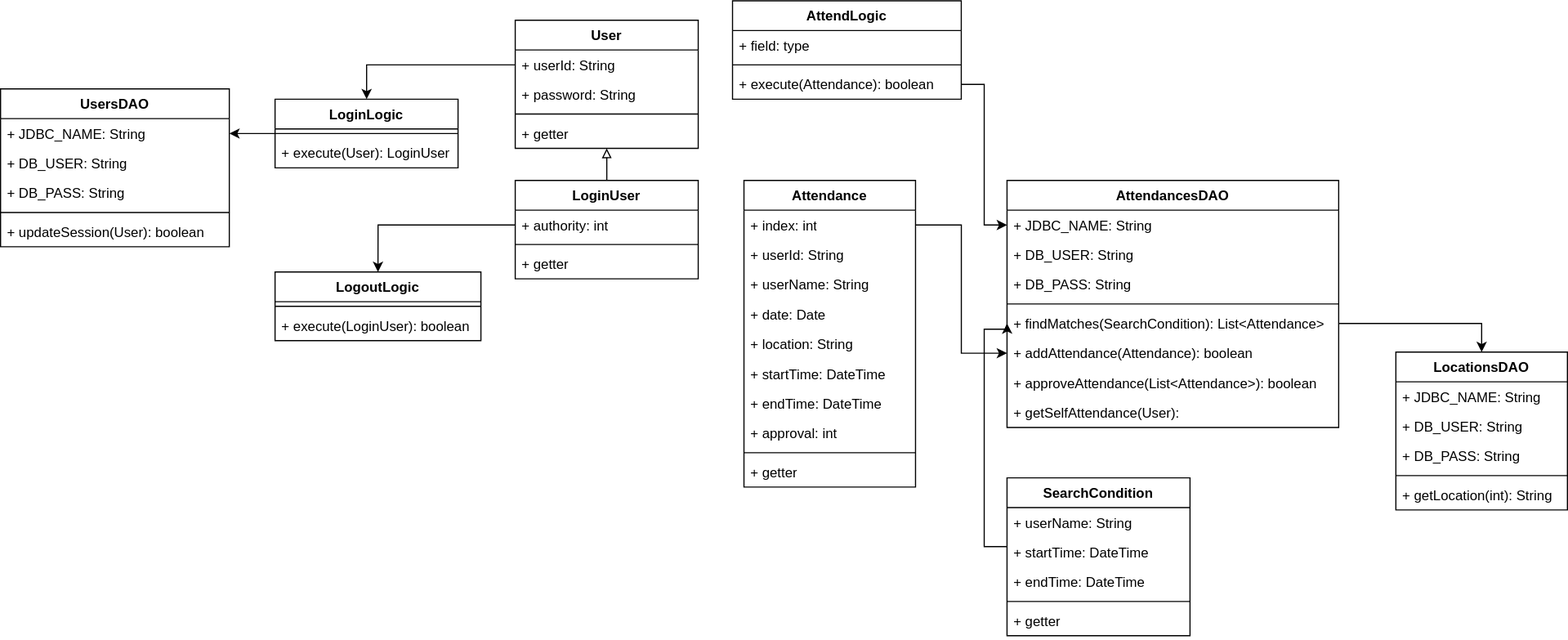
hokuto-fukura/software_engineering keeps this draw.io diagram as クラス図.svg. Above is the earlier version. Source tidied: cells renumbered, new cells last; positions are measured from the earlier drawing's top-left corner, leaving out a move shared by most shapes.
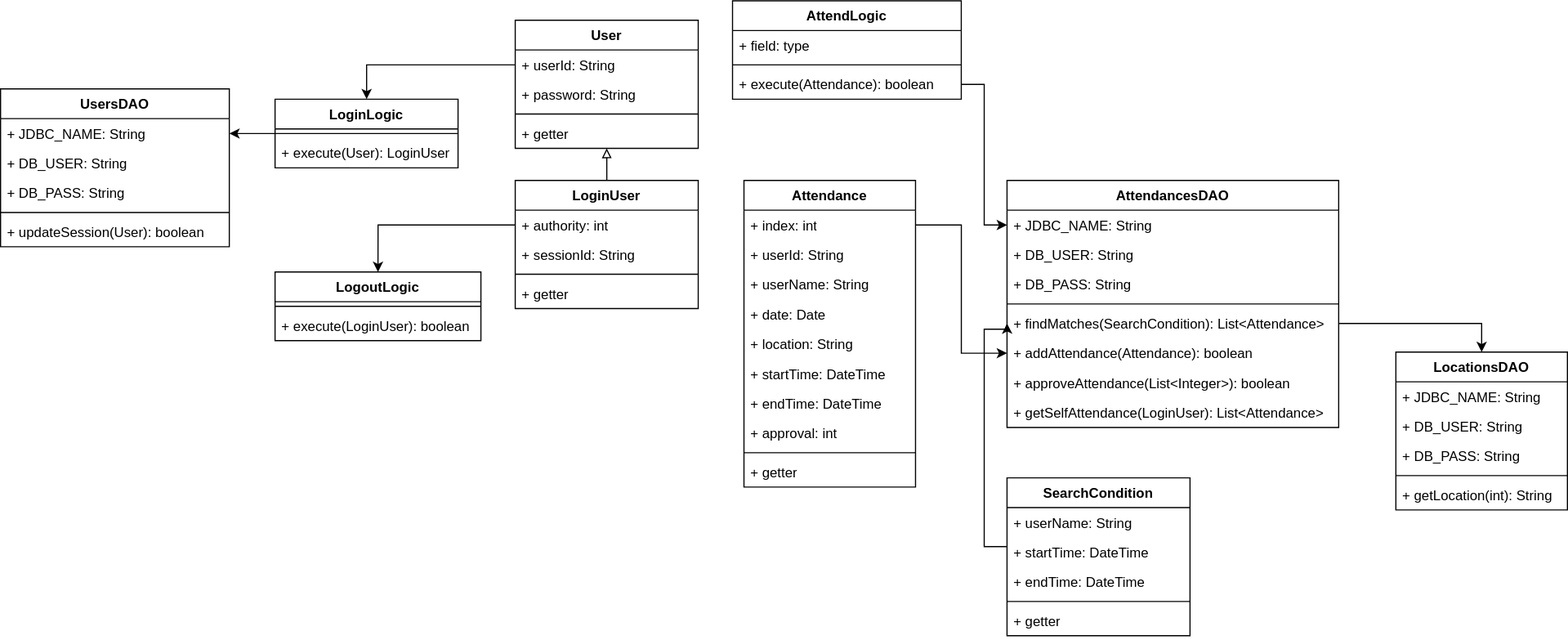
The same diagram one commit later.

Commit message:
クラス図.svg を更新します

Diff of the diagram source:
```diff
@@ -56,26 +56,29 @@
     <mxCell id="19" value="+ addAttendance(Attendance): boolean" style="text;strokeColor=none;fillColor=none;align=left;verticalAlign=top;spacingLeft=4;spacingRight=4;overflow=hidden;points=[[0,0.5],[1,0.5]];portConstraint=eastwest;whiteSpace=wrap;html=1;" parent="13" vertex="1">
       <mxGeometry y="138" width="290" height="26" as="geometry" />
     </mxCell>
-    <mxCell id="20" value="+ approveAttendance(List&amp;lt;Attendance&amp;gt;): boolean" style="text;strokeColor=none;fillColor=none;align=left;verticalAlign=top;spacingLeft=4;spacingRight=4;overflow=hidden;whiteSpace=wrap;html=1;" parent="13" vertex="1">
+    <mxCell id="20" value="+ approveAttendance(List&amp;lt;Integer&amp;gt;): boolean" style="text;strokeColor=none;fillColor=none;align=left;verticalAlign=top;spacingLeft=4;spacingRight=4;overflow=hidden;whiteSpace=wrap;html=1;" parent="13" vertex="1">
       <mxGeometry y="164" width="290" height="26" as="geometry" />
     </mxCell>
-    <mxCell id="21" value="+ getSelfAttendance(User):&amp;nbsp;" style="text;strokeColor=none;fillColor=none;align=left;verticalAlign=top;spacingLeft=4;spacingRight=4;overflow=hidden;whiteSpace=wrap;html=1;" parent="13" vertex="1">
+    <mxCell id="21" value="+ getSelfAttendance(LoginUser): List&amp;lt;Attendance&amp;gt;" style="text;strokeColor=none;fillColor=none;align=left;verticalAlign=top;spacingLeft=4;spacingRight=4;overflow=hidden;whiteSpace=wrap;html=1;" parent="13" vertex="1">
       <mxGeometry y="190" width="290" height="26" as="geometry" />
     </mxCell>
     <mxCell id="22" style="edgeStyle=orthogonalEdgeStyle;rounded=0;jettySize=auto;html=1;entryX=0.5;entryY=1;entryDx=0;entryDy=0;endArrow=block;endFill=0;" parent="1" edge="1" source="23" target="37">
       <mxGeometry relative="1" as="geometry" />
     </mxCell>
     <mxCell id="23" value="LoginUser" style="swimlane;fontStyle=1;align=center;verticalAlign=top;horizontal=1;startSize=26;whiteSpace=wrap;html=1;" parent="1" vertex="1">
-      <mxGeometry x="450" y="157" width="160" height="86" as="geometry" />
+      <mxGeometry x="450" y="157" width="160" height="112" as="geometry" />
     </mxCell>
     <mxCell id="24" value="+ authority: int" style="text;strokeColor=none;fillColor=none;align=left;verticalAlign=top;spacingLeft=4;spacingRight=4;overflow=hidden;points=[[0,0.5],[1,0.5]];portConstraint=eastwest;whiteSpace=wrap;html=1;" parent="23" vertex="1">
       <mxGeometry y="26" width="160" height="26" as="geometry" />
     </mxCell>
+    <mxCell id="67" value="+ sessionId: String" style="text;strokeColor=none;fillColor=none;align=left;verticalAlign=top;spacingLeft=4;spacingRight=4;overflow=hidden;whiteSpace=wrap;html=1;" parent="23" vertex="1">
+      <mxGeometry y="52" width="160" height="26" as="geometry" />
+    </mxCell>
     <mxCell id="25" style="line;strokeWidth=1;fillColor=none;align=left;verticalAlign=middle;spacingTop=-1;spacingLeft=3;spacingRight=3;labelPosition=right;strokeColor=inherit;" parent="23" vertex="1">
-      <mxGeometry y="52" width="160" height="8" as="geometry" />
+      <mxGeometry y="78" width="160" height="8" as="geometry" />
     </mxCell>
     <mxCell id="26" value="+ getter" style="text;strokeColor=none;fillColor=none;align=left;verticalAlign=top;spacingLeft=4;spacingRight=4;overflow=hidden;whiteSpace=wrap;html=1;" parent="23" vertex="1">
-      <mxGeometry y="60" width="160" height="26" as="geometry" />
+      <mxGeometry y="86" width="160" height="26" as="geometry" />
     </mxCell>
     <mxCell id="27" value="SearchCondition" style="swimlane;fontStyle=1;align=center;verticalAlign=top;horizontal=1;startSize=26;whiteSpace=wrap;html=1;" parent="1" vertex="1">
       <mxGeometry x="880" y="417" width="160" height="138" as="geometry" />
```
